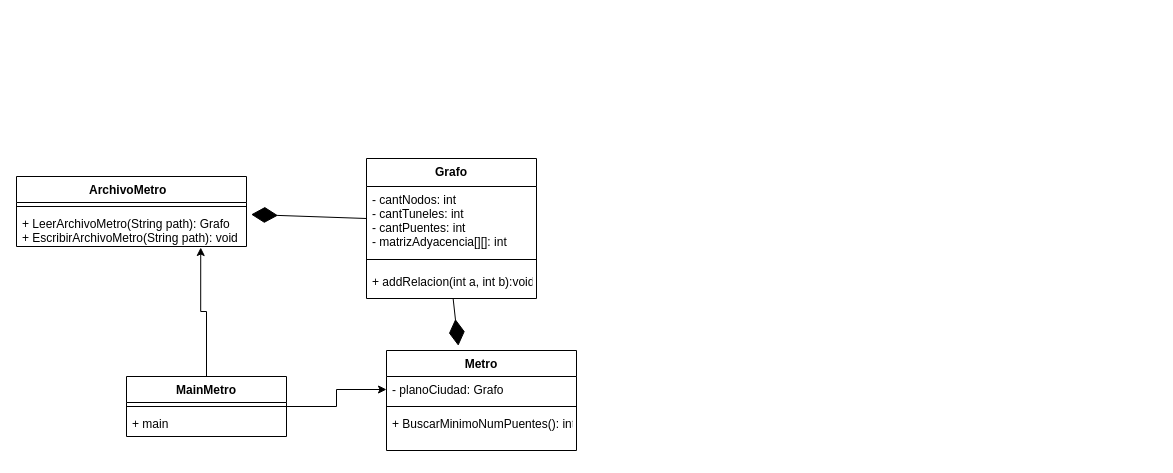
This is src/main/java/ejercicios_OIA/metro/metro.drawio from 0ADT/ProgramacionAvanzadaUNLaM2022, a draw.io file, before an edit. Source tidied: cells renumbered, new cells numbered last; positions are measured from the earlier drawing's top-left corner, leaving out a move shared by most shapes. Both pictures are drawn from the tidied source at 100%, with x=0, y=0 at pixel (16, 158).
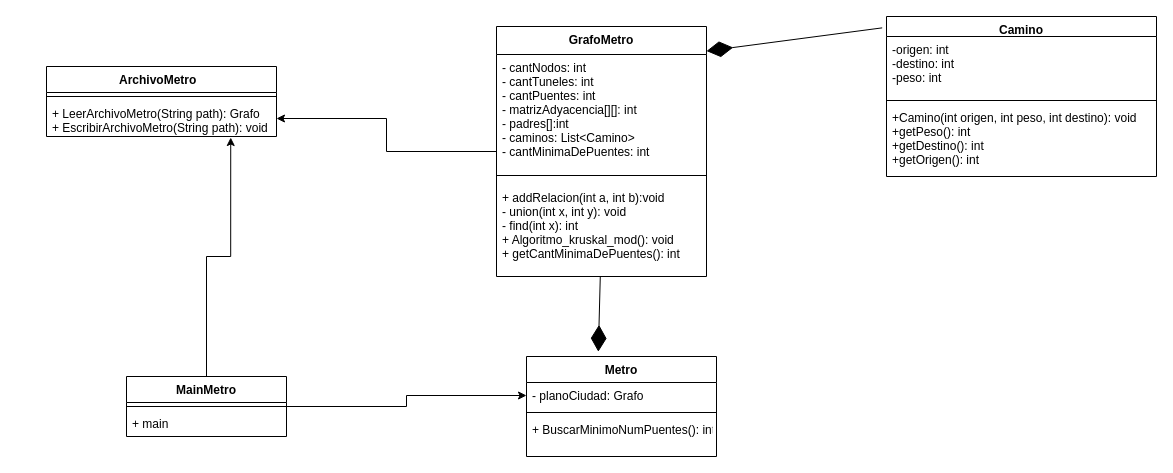
After the change.

The change refers to these unchanged cells:
```xml
<mxCell id="4" value="+ LeerArchivoMetro(String path): Grafo&#10;+ EscribirArchivoMetro(String path): void" style="text;strokeColor=none;fillColor=none;align=left;verticalAlign=top;spacingLeft=4;spacingRight=4;overflow=hidden;points=[[0,0.5],[1,0.5]];portConstraint=eastwest;" parent="2" vertex="1">
  <mxGeometry y="34" width="230" height="36" as="geometry" />
</mxCell>
```

Change to the diagram source:
```diff
@@
     <mxCell id="2" value="ArchivoMetro  &#10;" style="swimlane;fontStyle=1;align=center;verticalAlign=top;horizontal=1;startSize=26;" parent="1" vertex="1">
-      <mxGeometry y="18" width="230" height="70" as="geometry" />
+      <mxGeometry x="30" y="-92" width="230" height="70" as="geometry" />
     </mxCell>
@@
+    <mxCell id="20" style="edgeStyle=orthogonalEdgeStyle;rounded=0;jettySize=auto;html=1;entryX=1;entryY=0.5;entryDx=0;entryDy=0;" parent="1" edge="1" source="5" target="4">
+      <mxGeometry relative="1" as="geometry" />
+    </mxCell>
-    <mxCell id="5" value="Grafo" style="swimlane;fontStyle=1;align=center;verticalAlign=top;horizontal=1;startSize=28;" parent="1" vertex="1">
-      <mxGeometry x="350" width="170" height="140" as="geometry" />
+    <mxCell id="5" value="GrafoMetro" style="swimlane;fontStyle=1;align=center;verticalAlign=top;horizontal=1;startSize=28;" parent="1" vertex="1">
+      <mxGeometry x="480" y="-132" width="210" height="250" as="geometry" />
     </mxCell>
-    <mxCell id="6" value="- cantNodos: int&#10;- cantTuneles: int&#10;- cantPuentes: int&#10;- matrizAdyacencia[][]: int" style="text;strokeColor=none;fillColor=none;align=left;verticalAlign=top;spacingLeft=4;spacingRight=4;overflow=hidden;points=[[0,0.5],[1,0.5]];portConstraint=eastwest;" parent="5" vertex="1">
-      <mxGeometry y="28" width="170" height="64" as="geometry" />
+    <mxCell id="6" value="- cantNodos: int&#10;- cantTuneles: int&#10;- cantPuentes: int&#10;- matrizAdyacencia[][]: int&#10;- padres[]:int&#10;- caminos: List&lt;Camino&gt;&#10;- cantMinimaDePuentes: int" style="text;strokeColor=none;fillColor=none;align=left;verticalAlign=top;spacingLeft=4;spacingRight=4;overflow=hidden;points=[[0,0.5],[1,0.5]];portConstraint=eastwest;" parent="5" vertex="1">
+      <mxGeometry y="28" width="210" height="112" as="geometry" />
     </mxCell>
     <mxCell id="7" value="        " style="line;strokeWidth=1;fillColor=none;align=left;verticalAlign=middle;spacingTop=-1;spacingLeft=3;spacingRight=3;labelPosition=right;" parent="5" vertex="1">
-      <mxGeometry y="92" width="170" height="18" as="geometry" />
+      <mxGeometry y="140" width="210" height="18" as="geometry" />
     </mxCell>
-    <mxCell id="8" value="+ addRelacion(int a, int b):void" style="text;strokeColor=none;fillColor=none;align=left;verticalAlign=top;spacingLeft=4;spacingRight=4;overflow=hidden;points=[[0,0.5],[1,0.5]];portConstraint=eastwest;" parent="5" vertex="1">
-      <mxGeometry y="110" width="170" height="30" as="geometry" />
+    <mxCell id="8" value="+ addRelacion(int a, int b):void&#10;- union(int x, int y): void&#10;- find(int x): int&#10;+ Algoritmo_kruskal_mod(): void&#10;+ getCantMinimaDePuentes(): int" style="text;strokeColor=none;fillColor=none;align=left;verticalAlign=top;spacingLeft=4;spacingRight=4;overflow=hidden;points=[[0,0.5],[1,0.5]];portConstraint=eastwest;" parent="5" vertex="1">
+      <mxGeometry y="158" width="210" height="92" as="geometry" />
     </mxCell>
     <mxCell id="9" value="Metro" style="swimlane;fontStyle=1;align=center;verticalAlign=top;horizontal=1;startSize=26;" parent="1" vertex="1">
-      <mxGeometry x="370" y="192" width="190" height="100" as="geometry" />
+      <mxGeometry x="510" y="198" width="190" height="100" as="geometry" />
     </mxCell>
@@
-    <mxCell id="19" style="endArrow=diamondThin;endFill=1;endSize=24;html=1;rounded=0;entryX=1.02;entryY=0.111;entryDx=0;entryDy=0;entryPerimeter=0;exitX=0;exitY=0.5;exitDx=0;exitDy=0;" parent="1" edge="1" source="6" target="4">
-      <mxGeometry relative="1" as="geometry" />
-    </mxCell>
+    <mxCell id="21" value="Camino" style="swimlane;fontStyle=1;align=center;verticalAlign=top;horizontal=1;startSize=20;" parent="1" vertex="1">
+      <mxGeometry x="870" y="-142" width="270" height="160" as="geometry" />
+    </mxCell>
+    <mxCell id="22" value="-origen: int&#10;-destino: int&#10;-peso: int" style="text;strokeColor=none;fillColor=none;align=left;verticalAlign=top;spacingLeft=4;spacingRight=4;overflow=hidden;" parent="21" vertex="1">
+      <mxGeometry y="20" width="270" height="60" as="geometry" />
+    </mxCell>
+    <mxCell id="23" style="line;strokeWidth=1;fillColor=none;align=left;verticalAlign=middle;spacingTop=-1;spacingLeft=3;spacingRight=3;labelPosition=right;" parent="21" vertex="1">
+      <mxGeometry y="80" width="270" height="8" as="geometry" />
+    </mxCell>
+    <mxCell id="24" value="+Camino(int origen, int peso, int destino): void&#10;+getPeso(): int&#10;+getDestino(): int&#10;+getOrigen(): int" style="text;strokeColor=none;fillColor=none;align=left;verticalAlign=top;spacingLeft=4;spacingRight=4;overflow=hidden;" parent="21" vertex="1">
+      <mxGeometry y="88" width="270" height="72" as="geometry" />
+    </mxCell>
+    <mxCell id="25" style="endArrow=diamondThin;endFill=1;endSize=24;html=1;rounded=0;entryX=1;entryY=-0.031;entryDx=0;entryDy=0;entryPerimeter=0;exitX=-0.016;exitY=0.071;exitDx=0;exitDy=0;exitPerimeter=0;" parent="1" edge="1" source="21" target="6">
+      <mxGeometry relative="1" as="geometry" />
+    </mxCell>
```
